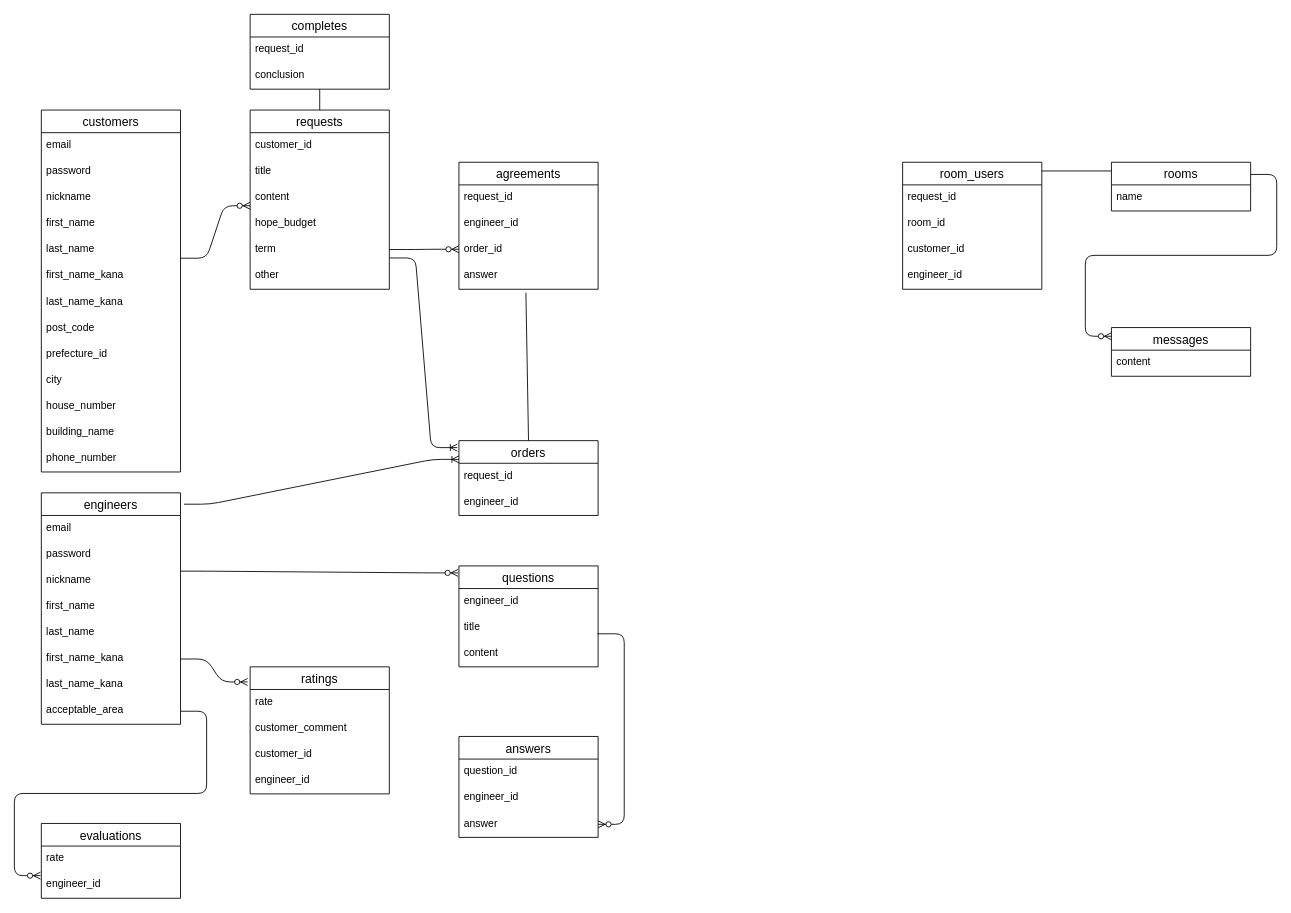
Before: er.dio in ikun2019/exece_bridge, a draw.io diagram. Source tidied: cells renumbered, new cells numbered last; positions are measured from the earlier drawing's top-left corner, leaving out a move shared by most shapes. Both pictures are drawn from the tidied source at 87%, with x=0, y=0 at pixel (40, 14).
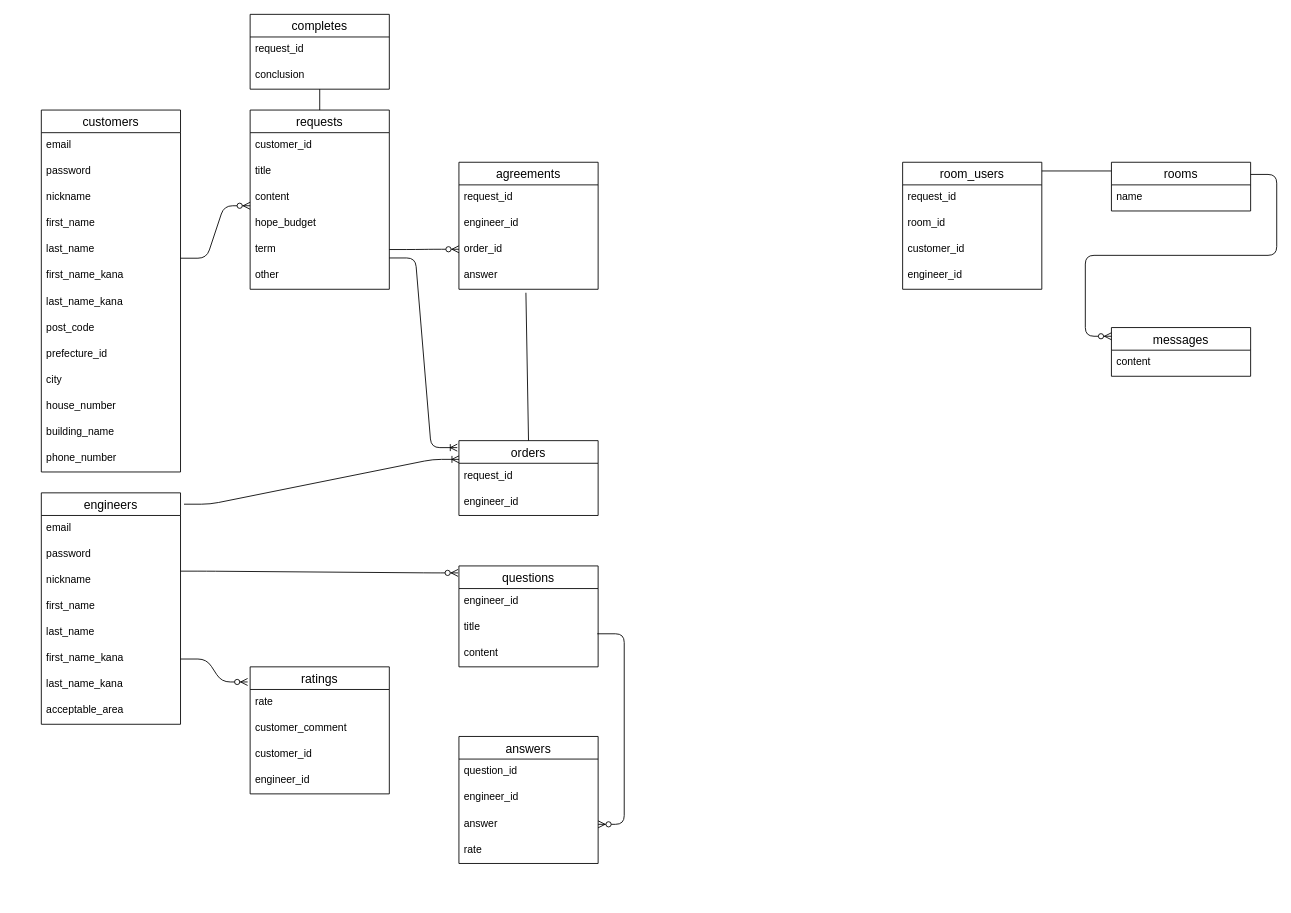
The same diagram, later.

Commit message (it also covers changes not shown here):
ER図とReadMeの作成

The change refers to these unchanged cells:
```xml
<mxCell id="24" value="acceptable_area" style="text;strokeColor=none;fillColor=none;spacingLeft=4;spacingRight=4;overflow=hidden;points=[[0,0.5],[1,0.5]];portConstraint=eastwest;fontSize=12;" parent="16" vertex="1">
  <mxGeometry y="236" width="160" height="30" as="geometry" />
</mxCell>
```

Change to the diagram source:
```diff
@@
     <mxCell id="71" value="answers" style="swimlane;fontStyle=0;horizontal=1;startSize=26;align=center;fontSize=14;" parent="1" vertex="1">
-      <mxGeometry x="481" y="830" width="160" height="116" as="geometry" />
+      <mxGeometry x="481" y="830" width="160" height="146" as="geometry" />
     </mxCell>
@@
+    <mxCell id="79" value="rate" style="text;strokeColor=none;fillColor=none;spacingLeft=4;spacingRight=4;overflow=hidden;fontSize=12;" parent="71" vertex="1">
+      <mxGeometry y="116" width="160" height="30" as="geometry" />
+    </mxCell>
@@
-    <mxCell id="76" value="evaluations" style="swimlane;fontStyle=0;horizontal=1;startSize=26;align=center;fontSize=14;" parent="1" vertex="1">
-      <mxGeometry x="1" y="930" width="160" height="86" as="geometry" />
-    </mxCell>
-    <mxCell id="77" value="rate" style="text;strokeColor=none;fillColor=none;spacingLeft=4;spacingRight=4;overflow=hidden;fontSize=12;" parent="76" vertex="1">
-      <mxGeometry y="26" width="160" height="30" as="geometry" />
-    </mxCell>
-    <mxCell id="78" value="engineer_id" style="text;strokeColor=none;fillColor=none;spacingLeft=4;spacingRight=4;overflow=hidden;fontSize=12;" parent="76" vertex="1">
-      <mxGeometry y="56" width="160" height="30" as="geometry" />
-    </mxCell>
-    <mxCell id="79" style="edgeStyle=entityRelationEdgeStyle;fontSize=12;html=1;endArrow=ERzeroToMany;endFill=1;exitX=1;exitY=0.5;exitDx=0;exitDy=0;" parent="1" edge="1" source="24">
-      <mxGeometry relative="1" as="geometry">
-        <mxPoint y="990" as="targetPoint" />
-      </mxGeometry>
-    </mxCell>
```
